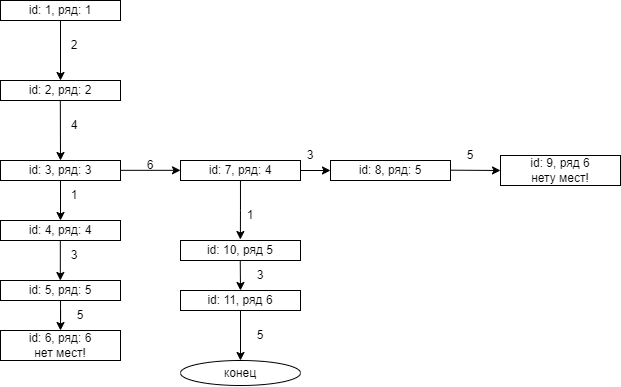
BlackSerperior6/LabWorkQueens keeps this draw.io diagram as Королевы (схема работы рекурсии, где n = 6).png. Above is the earlier version. Source tidied: cells renumbered, new cells last; positions are measured from the earlier drawing's top-left corner, leaving out a move shared by most shapes. Source of this version:
```xml
<mxGraphModel>
  <root>
    <mxCell id="0" />
    <mxCell id="1" parent="0" />
    <mxCell id="2" style="edgeStyle=orthogonalEdgeStyle;rounded=0;jettySize=auto;html=1;entryX=0.5;entryY=0;entryDx=0;entryDy=0;" parent="1" edge="1" source="3" target="5">
      <mxGeometry relative="1" as="geometry" />
    </mxCell>
    <mxCell id="3" value="id: 1, ряд: 1" style="rounded=0;whiteSpace=wrap;html=1;" parent="1" vertex="1">
      <mxGeometry width="120" height="20" as="geometry" />
    </mxCell>
    <mxCell id="4" value="2" style="text;html=1;align=center;verticalAlign=middle;whiteSpace=wrap;rounded=0;" parent="1" vertex="1">
      <mxGeometry x="44" y="30" width="60" height="30" as="geometry" />
    </mxCell>
    <mxCell id="5" value="id: 2, ряд: 2" style="rounded=0;whiteSpace=wrap;html=1;" parent="1" vertex="1">
      <mxGeometry y="80" width="120" height="20" as="geometry" />
    </mxCell>
    <mxCell id="6" style="endArrow=classic;html=1;rounded=0;" parent="1" edge="1">
      <mxGeometry relative="1" as="geometry">
        <mxPoint x="59.8" y="100" as="sourcePoint" />
        <mxPoint x="60" y="160" as="targetPoint" />
      </mxGeometry>
    </mxCell>
    <mxCell id="7" value="4" style="text;html=1;align=center;verticalAlign=middle;whiteSpace=wrap;rounded=0;" parent="1" vertex="1">
      <mxGeometry x="44" y="110" width="60" height="30" as="geometry" />
    </mxCell>
    <mxCell id="8" style="edgeStyle=orthogonalEdgeStyle;rounded=0;jettySize=auto;html=1;entryX=0.5;entryY=0;entryDx=0;entryDy=0;" parent="1" edge="1" source="9" target="10">
      <mxGeometry relative="1" as="geometry" />
    </mxCell>
    <mxCell id="9" value="id: 3, ряд: 3" style="rounded=0;whiteSpace=wrap;html=1;" parent="1" vertex="1">
      <mxGeometry y="160" width="120" height="20" as="geometry" />
    </mxCell>
    <mxCell id="10" value="id: 4, ряд: 4" style="rounded=0;whiteSpace=wrap;html=1;" parent="1" vertex="1">
      <mxGeometry y="220" width="120" height="20" as="geometry" />
    </mxCell>
    <mxCell id="11" value="1" style="text;html=1;align=center;verticalAlign=middle;whiteSpace=wrap;rounded=0;" parent="1" vertex="1">
      <mxGeometry x="44" y="180" width="60" height="30" as="geometry" />
    </mxCell>
    <mxCell id="12" style="endArrow=classic;html=1;rounded=0;" parent="1" edge="1">
      <mxGeometry relative="1" as="geometry">
        <mxPoint x="59.8" y="240" as="sourcePoint" />
        <mxPoint x="59.8" y="280" as="targetPoint" />
      </mxGeometry>
    </mxCell>
    <mxCell id="13" style="edgeStyle=orthogonalEdgeStyle;rounded=0;jettySize=auto;html=1;entryX=0.5;entryY=0;entryDx=0;entryDy=0;" parent="1" edge="1" source="14" target="16">
      <mxGeometry relative="1" as="geometry" />
    </mxCell>
    <mxCell id="14" value="id: 5, ряд: 5" style="rounded=0;whiteSpace=wrap;html=1;" parent="1" vertex="1">
      <mxGeometry y="280" width="120" height="20" as="geometry" />
    </mxCell>
    <mxCell id="15" value="3" style="text;html=1;align=center;verticalAlign=middle;whiteSpace=wrap;rounded=0;" parent="1" vertex="1">
      <mxGeometry x="44" y="240" width="60" height="30" as="geometry" />
    </mxCell>
    <mxCell id="16" value="id: 6, ряд: 6&lt;br&gt;нет мест!" style="rounded=0;whiteSpace=wrap;html=1;" parent="1" vertex="1">
      <mxGeometry y="330" width="120" height="30" as="geometry" />
    </mxCell>
    <mxCell id="17" style="endArrow=classic;html=1;rounded=0;" parent="1" edge="1">
      <mxGeometry relative="1" as="geometry">
        <mxPoint x="120" y="169.8" as="sourcePoint" />
        <mxPoint x="180" y="169.8" as="targetPoint" />
      </mxGeometry>
    </mxCell>
    <mxCell id="18" value="6" style="text;html=1;align=center;verticalAlign=middle;whiteSpace=wrap;rounded=0;" parent="1" vertex="1">
      <mxGeometry x="120" y="150" width="60" height="30" as="geometry" />
    </mxCell>
    <mxCell id="19" style="edgeStyle=orthogonalEdgeStyle;rounded=0;jettySize=auto;html=1;entryX=0;entryY=0.5;entryDx=0;entryDy=0;" parent="1" edge="1" source="20" target="21">
      <mxGeometry relative="1" as="geometry" />
    </mxCell>
    <mxCell id="20" value="id: 7, ряд: 4" style="rounded=0;whiteSpace=wrap;html=1;" parent="1" vertex="1">
      <mxGeometry x="180" y="160" width="120" height="20" as="geometry" />
    </mxCell>
    <mxCell id="21" value="id: 8, ряд: 5" style="rounded=0;whiteSpace=wrap;html=1;" parent="1" vertex="1">
      <mxGeometry x="330" y="160" width="120" height="20" as="geometry" />
    </mxCell>
    <mxCell id="22" value="3" style="text;html=1;align=center;verticalAlign=middle;whiteSpace=wrap;rounded=0;" parent="1" vertex="1">
      <mxGeometry x="280" y="140" width="60" height="30" as="geometry" />
    </mxCell>
    <mxCell id="23" style="endArrow=classic;html=1;rounded=0;" parent="1" edge="1">
      <mxGeometry relative="1" as="geometry">
        <mxPoint x="450" y="169.7" as="sourcePoint" />
        <mxPoint x="500" y="170" as="targetPoint" />
      </mxGeometry>
    </mxCell>
    <mxCell id="24" value="id: 9, ряд 6&lt;br&gt;нету мест!" style="rounded=0;whiteSpace=wrap;html=1;" parent="1" vertex="1">
      <mxGeometry x="500" y="155" width="120" height="30" as="geometry" />
    </mxCell>
    <mxCell id="25" value="5" style="text;html=1;align=center;verticalAlign=middle;whiteSpace=wrap;rounded=0;" parent="1" vertex="1">
      <mxGeometry x="440" y="140" width="60" height="30" as="geometry" />
    </mxCell>
    <mxCell id="26" value="1" style="text;html=1;align=center;verticalAlign=middle;whiteSpace=wrap;rounded=0;" parent="1" vertex="1">
      <mxGeometry x="220" y="200" width="60" height="30" as="geometry" />
    </mxCell>
    <mxCell id="27" value="id: 10, ряд 5" style="rounded=0;whiteSpace=wrap;html=1;" parent="1" vertex="1">
      <mxGeometry x="180" y="240" width="120" height="20" as="geometry" />
    </mxCell>
    <mxCell id="28" style="edgeStyle=orthogonalEdgeStyle;rounded=0;jettySize=auto;html=1;entryX=0.499;entryY=-0.049;entryDx=0;entryDy=0;entryPerimeter=0;" parent="1" edge="1" source="20" target="27">
      <mxGeometry relative="1" as="geometry" />
    </mxCell>
    <mxCell id="29" style="edgeStyle=orthogonalEdgeStyle;rounded=0;jettySize=auto;html=1;entryX=0.5;entryY=0;entryDx=0;entryDy=0;" parent="1" edge="1" source="30" target="33">
      <mxGeometry relative="1" as="geometry" />
    </mxCell>
    <mxCell id="30" value="id: 11, ряд 6" style="rounded=0;whiteSpace=wrap;html=1;" parent="1" vertex="1">
      <mxGeometry x="180" y="290" width="120" height="20" as="geometry" />
    </mxCell>
    <mxCell id="31" style="endArrow=classic;html=1;rounded=0;" parent="1" edge="1">
      <mxGeometry relative="1" as="geometry">
        <mxPoint x="239.8" y="260" as="sourcePoint" />
        <mxPoint x="240" y="290" as="targetPoint" />
      </mxGeometry>
    </mxCell>
    <mxCell id="32" value="3" style="text;html=1;align=center;verticalAlign=middle;whiteSpace=wrap;rounded=0;" parent="1" vertex="1">
      <mxGeometry x="230" y="260" width="60" height="30" as="geometry" />
    </mxCell>
    <mxCell id="33" value="конец" style="ellipse;whiteSpace=wrap;html=1;" parent="1" vertex="1">
      <mxGeometry x="180" y="360" width="120" height="25" as="geometry" />
    </mxCell>
    <mxCell id="34" value="5" style="text;html=1;align=center;verticalAlign=middle;whiteSpace=wrap;rounded=0;" parent="1" vertex="1">
      <mxGeometry x="230" y="320" width="60" height="30" as="geometry" />
    </mxCell>
    <mxCell id="35" value="5" style="text;html=1;align=center;verticalAlign=middle;whiteSpace=wrap;rounded=0;" parent="1" vertex="1">
      <mxGeometry x="50" y="300" width="60" height="30" as="geometry" />
    </mxCell>
  </root>
</mxGraphModel>
```
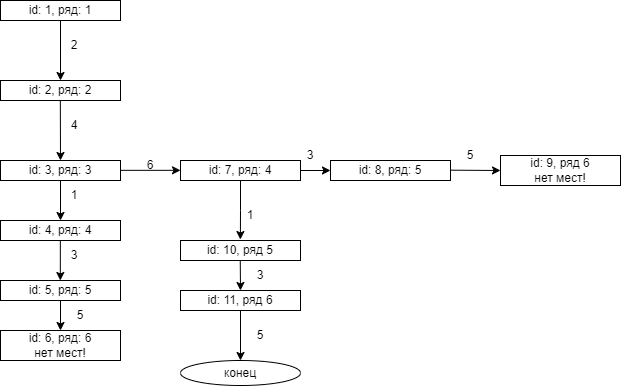
Later version of the same file.

Commit message:
Блок схемы (изменения ) + отчет

The edit, as a diff of the source:
```diff
@@ -80,7 +80,7 @@
         <mxPoint x="500" y="170" as="targetPoint" />
       </mxGeometry>
     </mxCell>
-    <mxCell id="24" value="id: 9, ряд 6&lt;br&gt;нету мест!" style="rounded=0;whiteSpace=wrap;html=1;" parent="1" vertex="1">
+    <mxCell id="24" value="id: 9, ряд 6&lt;br&gt;нет мест!" style="rounded=0;whiteSpace=wrap;html=1;" parent="1" vertex="1">
       <mxGeometry x="500" y="155" width="120" height="30" as="geometry" />
     </mxCell>
     <mxCell id="25" value="5" style="text;html=1;align=center;verticalAlign=middle;whiteSpace=wrap;rounded=0;" parent="1" vertex="1">
```
